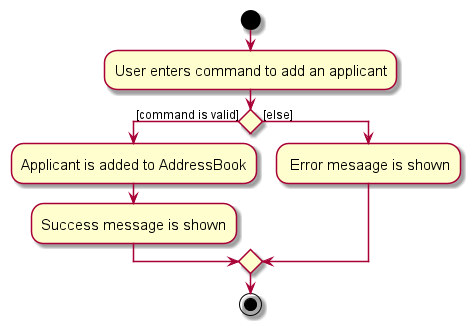
nus-cs2103-AY2324S1/tp keeps this PlantUML diagram as docs/images/AddApplicantActivityDiagram.png. Above is the earlier version. Its diagram source:
```plantuml
@startuml
skin rose
skinparam ActivityFontSize 15
skinparam ArrowFontSize 12
start
:User enters command to add an applicant;

if () then ([command is valid])
    :Applicant is added to AddressBook;
    :Success message is shown;
else ([else])
    : Error mesaage is shown;
endif
stop
@enduml
```
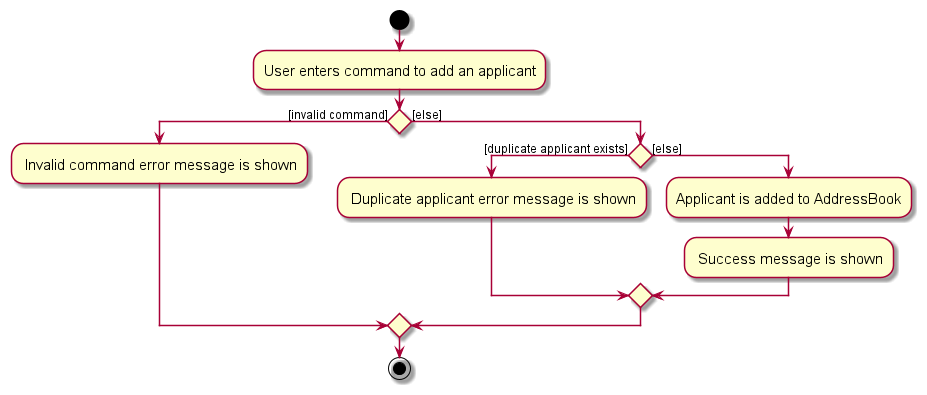
The same diagram one commit later.

What changed in the source:
```diff
@@ -5,11 +5,16 @@
 start
 :User enters command to add an applicant;
 
-if () then ([command is valid])
-    :Applicant is added to AddressBook;
-    :Success message is shown;
+if () then ([invalid command])
+    : Invalid command error message is shown;
 else ([else])
-    : Error mesaage is shown;
+    if () then ([duplicate applicant exists])
+        : Duplicate applicant error message is shown;
+    else ([else])
+        :Applicant is added to AddressBook;
+        : Success message is shown;
+    endif
+
 endif
 stop
 @enduml
```
